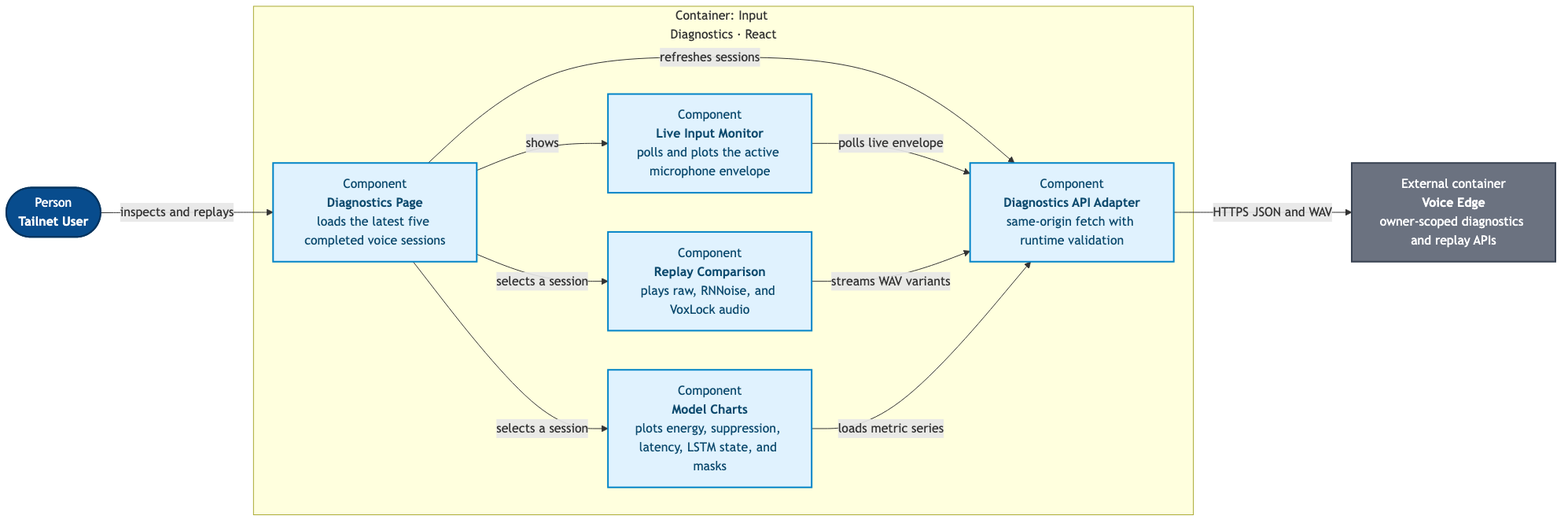
Before: products/voice-agent/docs/architecture/c3-input-diagnostics.png, a diagram exported from Mermaid (ragavsathish/agent-workload-platform). Its source is kept beside it as products/voice-agent/docs/architecture/c3-input-diagnostics.mmd. Its diagram source:
```mermaid
flowchart LR
    USER([Person<br/><b>Tailnet User</b>])
    EDGE[External container<br/><b>Voice Edge</b><br/>owner-scoped diagnostics and replay APIs]

    subgraph DIAGNOSTICS["Container: Input Diagnostics · React"]
        direction TB
        PAGE["Component<br/><b>Diagnostics Page</b><br/>loads the latest five completed voice sessions"]
        LIVE["Component<br/><b>Live Input Monitor</b><br/>polls and plots the active microphone envelope"]
        REPLAY["Component<br/><b>Replay Comparison</b><br/>plays raw, RNNoise, and VoxLock audio"]
        CHARTS["Component<br/><b>Model Charts</b><br/>plots energy, suppression, latency, LSTM state, and masks"]
        API["Component<br/><b>Diagnostics API Adapter</b><br/>same-origin fetch with runtime validation"]

        PAGE -->|"refreshes sessions"| API
        PAGE -->|"shows"| LIVE
        PAGE -->|"selects a session"| REPLAY
        PAGE -->|"selects a session"| CHARTS
        LIVE -->|"polls live envelope"| API
        REPLAY -->|"streams WAV variants"| API
        CHARTS -->|"loads metric series"| API
    end

    USER -->|"inspects and replays"| PAGE
    API -->|"HTTPS JSON and WAV"| EDGE

    classDef person fill:#084c8d,color:#fff,stroke:#05345f,stroke-width:2px;
    classDef component fill:#e0f2fe,color:#0c4a6e,stroke:#0284c7,stroke-width:2px;
    classDef external fill:#6b7280,color:#fff,stroke:#374151,stroke-width:2px;
    class USER person;
    class PAGE,LIVE,REPLAY,CHARTS,API component;
    class EDGE external;
```
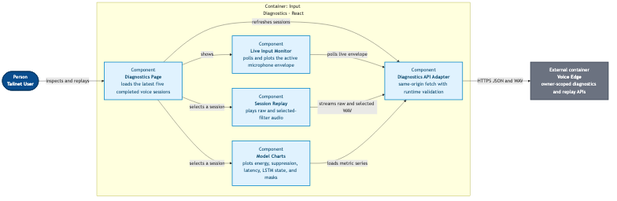
After the commit.

Change to the diagram source:
```diff
@@ -6,7 +6,7 @@
         direction TB
         PAGE["Component<br/><b>Diagnostics Page</b><br/>loads the latest five completed voice sessions"]
         LIVE["Component<br/><b>Live Input Monitor</b><br/>polls and plots the active microphone envelope"]
-        REPLAY["Component<br/><b>Replay Comparison</b><br/>plays raw, RNNoise, and VoxLock audio"]
+        REPLAY["Component<br/><b>Session Replay</b><br/>plays raw and selected-filter audio"]
         CHARTS["Component<br/><b>Model Charts</b><br/>plots energy, suppression, latency, LSTM state, and masks"]
         API["Component<br/><b>Diagnostics API Adapter</b><br/>same-origin fetch with runtime validation"]
 
@@ -15,7 +15,7 @@
         PAGE -->|"selects a session"| REPLAY
         PAGE -->|"selects a session"| CHARTS
         LIVE -->|"polls live envelope"| API
-        REPLAY -->|"streams WAV variants"| API
+        REPLAY -->|"streams raw and selected WAV"| API
         CHARTS -->|"loads metric series"| API
     end
 
```
